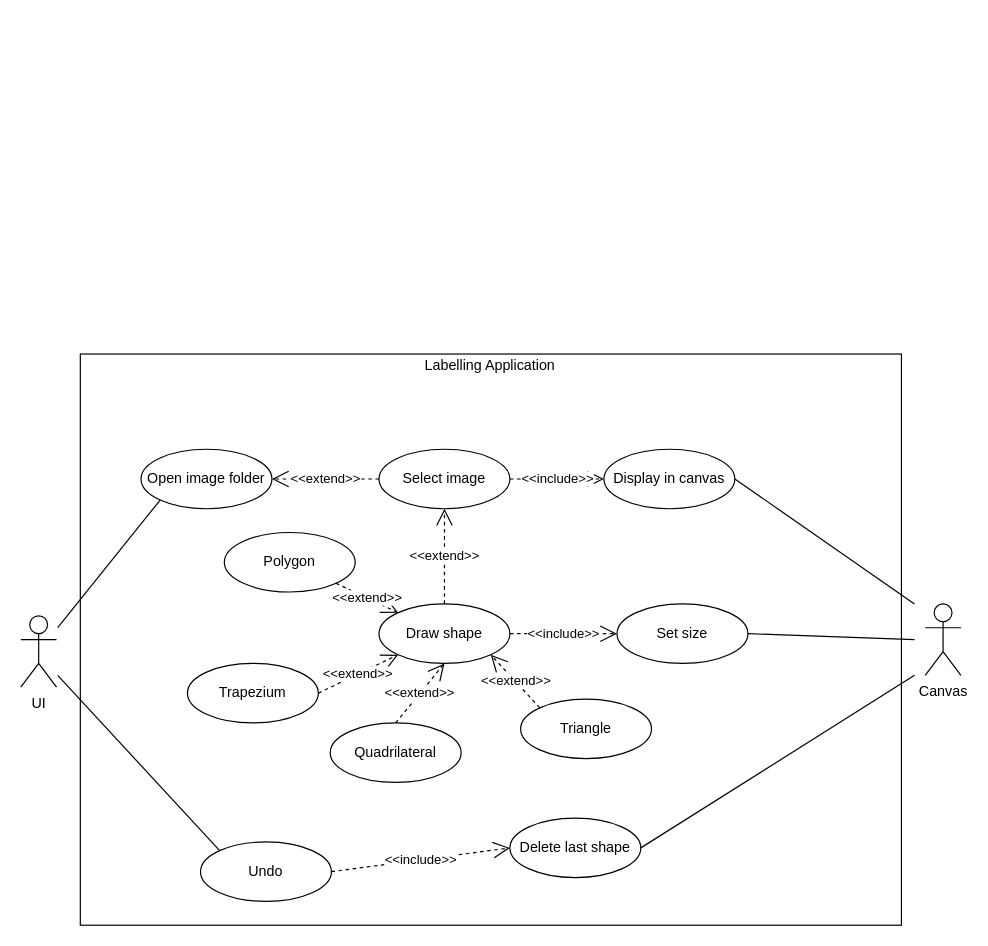
This is page "Page-10" (11 of 13) of Planning/uml/uml.drawio from Moss99/SDI, a draw.io file, before an edit. Source tidied: cells renumbered, new cells numbered last; positions are measured from the earlier drawing's top-left corner, leaving out a move shared by most shapes. Both pictures are drawn from the tidied source at 119%, with x=0, y=0 at pixel (20, 353).
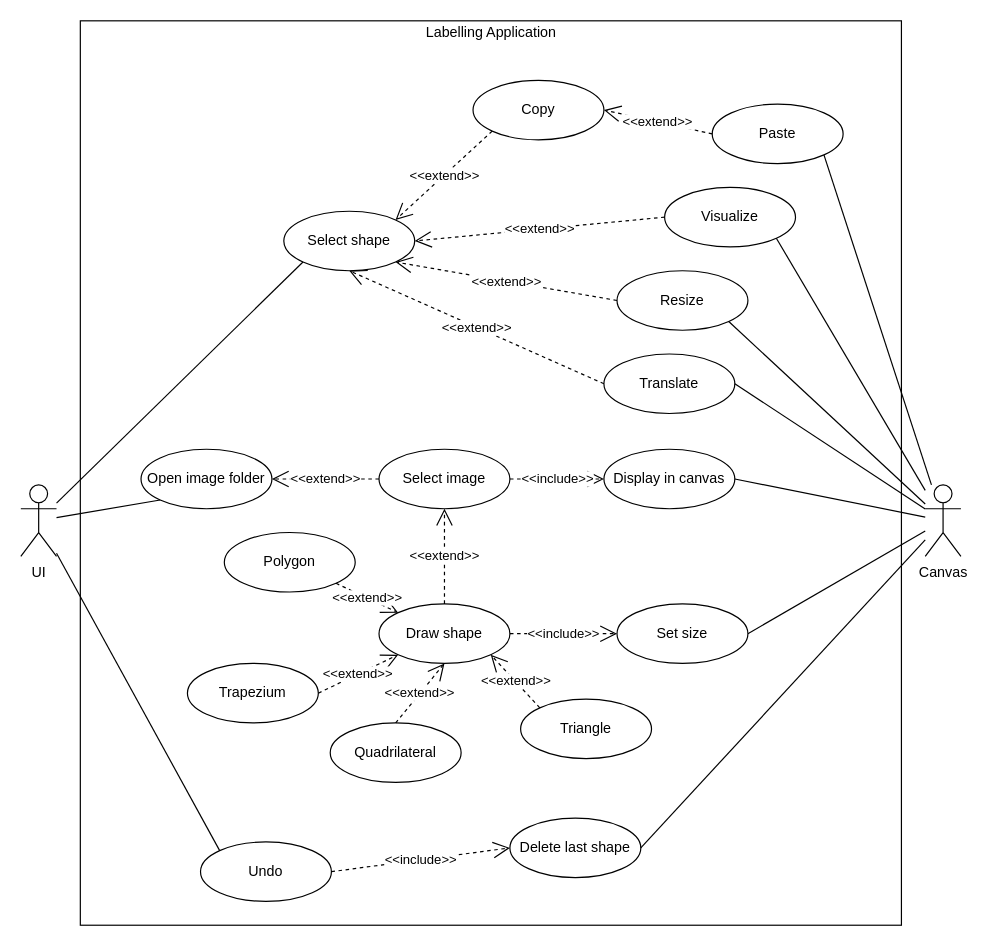
Above is the later version.

The change refers to these unchanged cells:
```xml
<mxCell id="4" value="Open image folder" style="ellipse;whiteSpace=wrap;html=1;" parent="1" vertex="1">
  <mxGeometry x="101" y="80" width="110" height="50" as="geometry" />
</mxCell>
<mxCell id="8" value="Display in canvas" style="ellipse;whiteSpace=wrap;html=1;" parent="1" vertex="1">
  <mxGeometry x="490" y="80" width="110" height="50" as="geometry" />
</mxCell>
<mxCell id="12" value="Undo" style="ellipse;whiteSpace=wrap;html=1;" parent="1" vertex="1">
  <mxGeometry x="151" y="410" width="110" height="50" as="geometry" />
</mxCell>
<mxCell id="14" value="Delete last shape" style="ellipse;whiteSpace=wrap;html=1;" parent="1" vertex="1">
  <mxGeometry x="411" y="390" width="110" height="50" as="geometry" />
</mxCell>
<mxCell id="21" value="Set size" style="ellipse;whiteSpace=wrap;html=1;" parent="1" vertex="1">
  <mxGeometry x="501" y="210" width="110" height="50" as="geometry" />
</mxCell>
```

What changed in the source:
```diff
@@
     <mxCell id="2" style="rounded=0;whiteSpace=wrap;html=1;" parent="1" vertex="1">
-      <mxGeometry x="50" width="690" height="480" as="geometry" />
+      <mxGeometry x="50" y="-280" width="690" height="760" as="geometry" />
     </mxCell>
     <mxCell id="3" value="UI" style="shape=umlActor;verticalLabelPosition=bottom;labelBackgroundColor=#ffffff;verticalAlign=top;html=1;" parent="1" vertex="1">
-      <mxGeometry y="220" width="30" height="60" as="geometry" />
+      <mxGeometry y="110" width="30" height="60" as="geometry" />
     </mxCell>
@@
     <mxCell id="5" value="Labelling Application" style="text;html=1;strokeColor=none;fillColor=none;align=center;verticalAlign=middle;whiteSpace=wrap;rounded=0;" parent="1" vertex="1">
-      <mxGeometry x="334" width="121" height="20" as="geometry" />
+      <mxGeometry x="334.5" y="-280" width="121" height="20" as="geometry" />
     </mxCell>
@@
     <mxCell id="15" value="Canvas" style="shape=umlActor;verticalLabelPosition=bottom;labelBackgroundColor=#ffffff;verticalAlign=top;html=1;" parent="1" vertex="1">
-      <mxGeometry x="760" y="210" width="30" height="60" as="geometry" />
+      <mxGeometry x="760" y="110" width="30" height="60" as="geometry" />
     </mxCell>
-    <mxCell id="16" style="endArrow=none;html=1;exitX=1;exitY=0.5;exitDx=0;exitDy=0;" parent="1" edge="1" source="14">
-      <mxGeometry relative="1" as="geometry">
-        <mxPoint x="751" y="270" as="targetPoint" />
-      </mxGeometry>
+    <mxCell id="16" style="endArrow=none;html=1;exitX=1;exitY=0.5;exitDx=0;exitDy=0;" parent="1" edge="1" source="14" target="15">
+      <mxGeometry relative="1" as="geometry" />
     </mxCell>
-    <mxCell id="17" style="endArrow=none;html=1;entryX=1;entryY=0.5;entryDx=0;entryDy=0;" parent="1" edge="1" target="21">
-      <mxGeometry relative="1" as="geometry">
-        <mxPoint x="751" y="240" as="sourcePoint" />
-      </mxGeometry>
+    <mxCell id="17" style="endArrow=none;html=1;entryX=1;entryY=0.5;entryDx=0;entryDy=0;" parent="1" edge="1" source="15" target="21">
+      <mxGeometry relative="1" as="geometry" />
     </mxCell>
-    <mxCell id="18" style="endArrow=none;html=1;entryX=1;entryY=0.5;entryDx=0;entryDy=0;" parent="1" edge="1" target="8">
-      <mxGeometry relative="1" as="geometry">
-        <mxPoint x="751" y="210" as="sourcePoint" />
-      </mxGeometry>
+    <mxCell id="18" style="endArrow=none;html=1;entryX=1;entryY=0.5;entryDx=0;entryDy=0;" parent="1" edge="1" source="15" target="8">
+      <mxGeometry relative="1" as="geometry" />
     </mxCell>
-    <mxCell id="19" style="endArrow=none;html=1;entryX=0;entryY=0;entryDx=0;entryDy=0;" parent="1" edge="1" target="12">
-      <mxGeometry relative="1" as="geometry">
-        <mxPoint x="31" y="270" as="sourcePoint" />
-      </mxGeometry>
+    <mxCell id="19" style="endArrow=none;html=1;entryX=0;entryY=0;entryDx=0;entryDy=0;" parent="1" edge="1" source="3" target="12">
+      <mxGeometry relative="1" as="geometry" />
     </mxCell>
-    <mxCell id="20" style="endArrow=none;html=1;entryX=0;entryY=1;entryDx=0;entryDy=0;" parent="1" edge="1" target="4">
-      <mxGeometry relative="1" as="geometry">
-        <mxPoint x="31" y="230" as="sourcePoint" />
-      </mxGeometry>
+    <mxCell id="20" style="endArrow=none;html=1;entryX=0;entryY=1;entryDx=0;entryDy=0;" parent="1" edge="1" source="3" target="4">
+      <mxGeometry relative="1" as="geometry" />
     </mxCell>
@@
+    <mxCell id="31" value="Select shape" style="ellipse;whiteSpace=wrap;html=1;" parent="1" vertex="1">
+      <mxGeometry x="221" y="-120" width="110" height="50" as="geometry" />
+    </mxCell>
+    <mxCell id="32" value="Copy" style="ellipse;whiteSpace=wrap;html=1;" parent="1" vertex="1">
+      <mxGeometry x="380" y="-230" width="110" height="50" as="geometry" />
+    </mxCell>
+    <mxCell id="33" value="Paste" style="ellipse;whiteSpace=wrap;html=1;" parent="1" vertex="1">
+      <mxGeometry x="581" y="-210" width="110" height="50" as="geometry" />
+    </mxCell>
+    <mxCell id="34" value="Visualize" style="ellipse;whiteSpace=wrap;html=1;" parent="1" vertex="1">
+      <mxGeometry x="541" y="-140" width="110" height="50" as="geometry" />
+    </mxCell>
+    <mxCell id="35" value="Resize" style="ellipse;whiteSpace=wrap;html=1;" parent="1" vertex="1">
+      <mxGeometry x="501" y="-70" width="110" height="50" as="geometry" />
+    </mxCell>
+    <mxCell id="36" value="Translate" style="ellipse;whiteSpace=wrap;html=1;" parent="1" vertex="1">
+      <mxGeometry x="490" width="110" height="50" as="geometry" />
+    </mxCell>
+    <mxCell id="37" style="endArrow=none;html=1;entryX=0;entryY=1;entryDx=0;entryDy=0;" parent="1" edge="1" source="3" target="31">
+      <mxGeometry relative="1" as="geometry" />
+    </mxCell>
+    <mxCell id="38" value="&amp;lt;&amp;lt;extend&amp;gt;&amp;gt;" style="endArrow=open;endSize=12;dashed=1;html=1;exitX=0;exitY=1;exitDx=0;exitDy=0;entryX=1;entryY=0;entryDx=0;entryDy=0;" parent="1" edge="1" source="32" target="31">
+      <mxGeometry relative="1" as="geometry" />
+    </mxCell>
+    <mxCell id="39" value="&amp;lt;&amp;lt;extend&amp;gt;&amp;gt;" style="endArrow=open;endSize=12;dashed=1;html=1;exitX=0;exitY=0.5;exitDx=0;exitDy=0;entryX=0.5;entryY=1;entryDx=0;entryDy=0;" parent="1" edge="1" source="36" target="31">
+      <mxGeometry relative="1" as="geometry" />
+    </mxCell>
+    <mxCell id="40" value="&amp;lt;&amp;lt;extend&amp;gt;&amp;gt;" style="endArrow=open;endSize=12;dashed=1;html=1;exitX=0;exitY=0.5;exitDx=0;exitDy=0;entryX=1;entryY=1;entryDx=0;entryDy=0;" parent="1" edge="1" source="35" target="31">
+      <mxGeometry relative="1" as="geometry" />
+    </mxCell>
+    <mxCell id="41" value="&amp;lt;&amp;lt;extend&amp;gt;&amp;gt;" style="endArrow=open;endSize=12;dashed=1;html=1;exitX=0;exitY=0.5;exitDx=0;exitDy=0;entryX=1;entryY=0.5;entryDx=0;entryDy=0;" parent="1" edge="1" source="34" target="31">
+      <mxGeometry relative="1" as="geometry" />
+    </mxCell>
+    <mxCell id="42" style="endArrow=none;html=1;exitX=1;exitY=1;exitDx=0;exitDy=0;" parent="1" edge="1" source="33" target="15">
+      <mxGeometry relative="1" as="geometry" />
+    </mxCell>
+    <mxCell id="43" style="endArrow=none;html=1;exitX=1;exitY=1;exitDx=0;exitDy=0;" parent="1" edge="1" source="34" target="15">
+      <mxGeometry relative="1" as="geometry" />
+    </mxCell>
+    <mxCell id="44" style="endArrow=none;html=1;exitX=1;exitY=1;exitDx=0;exitDy=0;" parent="1" edge="1" source="35" target="15">
+      <mxGeometry relative="1" as="geometry" />
+    </mxCell>
+    <mxCell id="45" style="endArrow=none;html=1;exitX=1;exitY=0.5;exitDx=0;exitDy=0;" parent="1" edge="1" source="36" target="15">
+      <mxGeometry relative="1" as="geometry" />
+    </mxCell>
+    <mxCell id="46" value="&amp;lt;&amp;lt;extend&amp;gt;&amp;gt;" style="endArrow=open;endSize=12;dashed=1;html=1;exitX=0;exitY=0.5;exitDx=0;exitDy=0;entryX=1;entryY=0.5;entryDx=0;entryDy=0;" parent="1" edge="1" source="33" target="32">
+      <mxGeometry relative="1" as="geometry" />
+    </mxCell>
```
